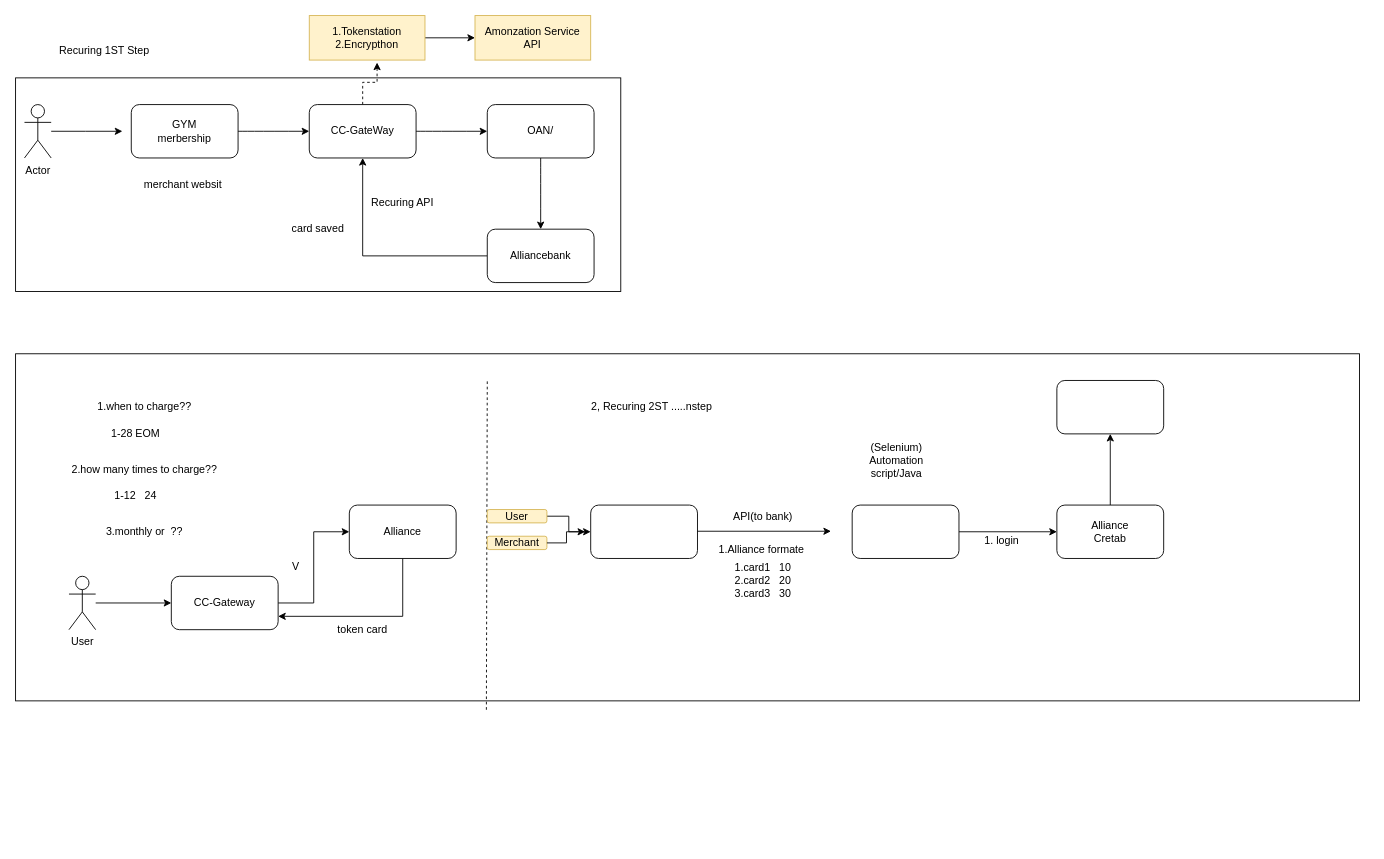
Above: page "第 7 页" (7 of 7) of kipledoc.drawio in sevenDay2014/dtk (draw.io), before the change. Source tidied: cells renumbered, new cells numbered last; positions are measured from the earlier drawing's top-left corner, leaving out a move shared by most shapes. Both pictures are drawn from the tidied source at 89%, with x=0, y=0 at pixel (15, 15).
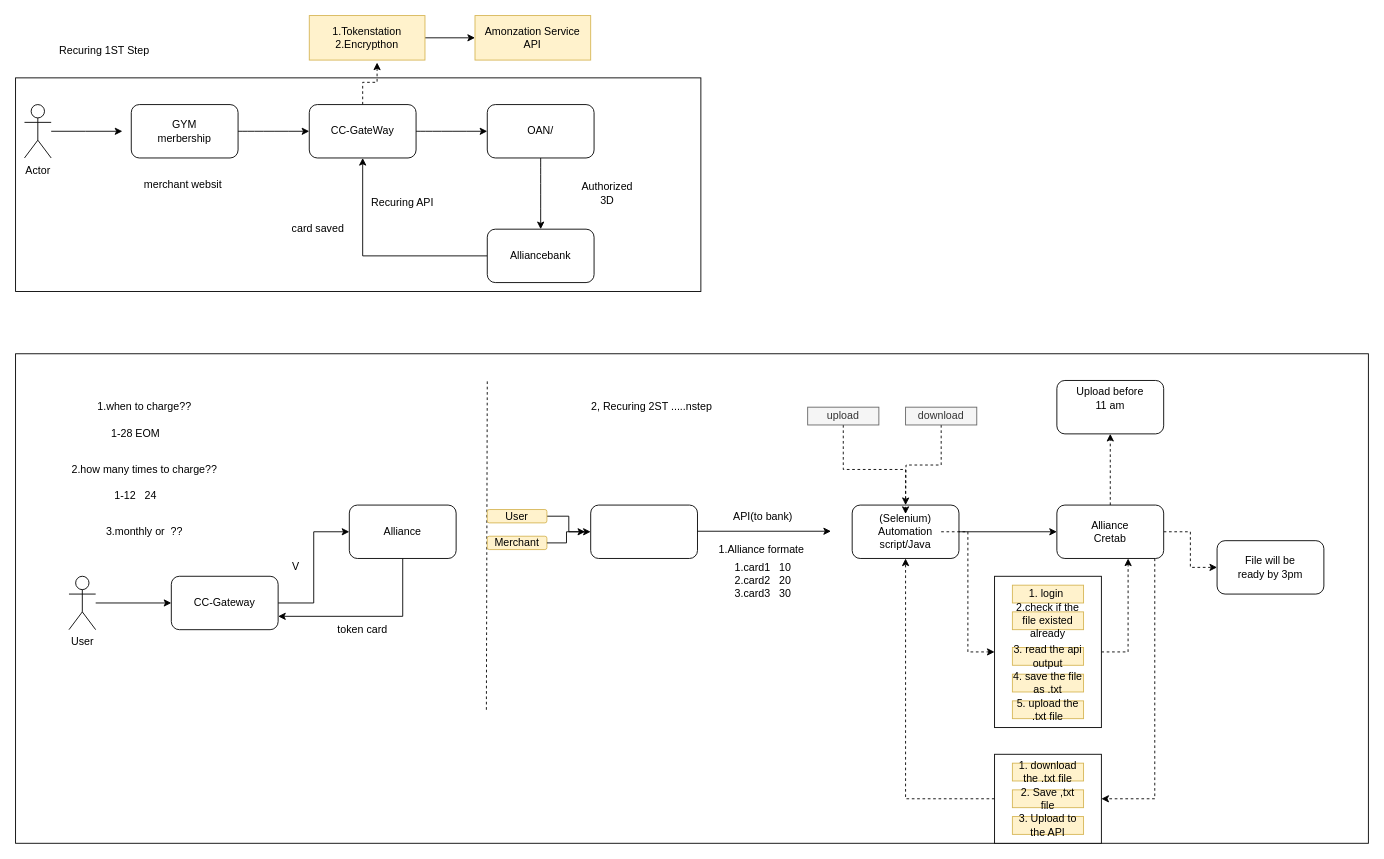
Above is the later version.

The change refers to these unchanged cells:
```xml
<mxCell id="47" style="rounded=1;whiteSpace=wrap;html=1;" parent="1" vertex="1">
  <mxGeometry x="940" y="550" width="120" height="60" as="geometry" />
</mxCell>
<mxCell id="49" value="Alliance&lt;br&gt;Cretab" style="rounded=1;whiteSpace=wrap;html=1;" parent="1" vertex="1">
  <mxGeometry x="1170" y="550" width="120" height="60" as="geometry" />
</mxCell>
<mxCell id="50" style="rounded=1;whiteSpace=wrap;html=1;" parent="1" vertex="1">
  <mxGeometry x="1170" y="410" width="120" height="60" as="geometry" />
</mxCell>
```

Change to the diagram source:
```diff
@@
     <mxCell id="2" style="rounded=0;whiteSpace=wrap;html=1;" parent="1" vertex="1">
-      <mxGeometry y="70" width="680" height="240" as="geometry" />
+      <mxGeometry y="70" width="770" height="240" as="geometry" />
     </mxCell>
@@
     <mxCell id="21" style="rounded=0;whiteSpace=wrap;html=1;" parent="1" vertex="1">
-      <mxGeometry y="380" width="1510" height="390" as="geometry" />
+      <mxGeometry y="380" width="1520" height="550" as="geometry" />
     </mxCell>
@@
-    <mxCell id="48" style="edgeStyle=orthogonalEdgeStyle;rounded=0;jettySize=auto;html=1;" parent="1" edge="1" source="49" target="50">
+    <mxCell id="48" style="edgeStyle=orthogonalEdgeStyle;rounded=0;jettySize=auto;html=1;dashed=1;" parent="1" edge="1" source="49" target="50">
       <mxGeometry relative="1" as="geometry" />
     </mxCell>
+    <mxCell id="53" style="edgeStyle=orthogonalEdgeStyle;rounded=0;jettySize=auto;html=1;dashed=1;" parent="1" edge="1" source="49" target="55">
+      <mxGeometry relative="1" as="geometry" />
+    </mxCell>
+    <mxCell id="54" style="edgeStyle=orthogonalEdgeStyle;rounded=0;jettySize=auto;html=1;entryX=1;entryY=0.5;entryDx=0;entryDy=0;dashed=1;" parent="1" edge="1" source="49" target="71">
+      <mxGeometry relative="1" as="geometry">
+        <Array as="points">
+          <mxPoint x="1280" y="880" />
+        </Array>
+      </mxGeometry>
+    </mxCell>
@@
+    <mxCell id="55" style="rounded=1;whiteSpace=wrap;html=1;" parent="1" vertex="1">
+      <mxGeometry x="1350" y="590" width="120" height="60" as="geometry" />
+    </mxCell>
@@
+    <mxCell id="56" style="edgeStyle=orthogonalEdgeStyle;rounded=0;jettySize=auto;html=1;entryX=0;entryY=0.5;entryDx=0;entryDy=0;dashed=1;" parent="1" edge="1" source="52" target="65">
+      <mxGeometry relative="1" as="geometry" />
+    </mxCell>
+    <mxCell id="52" value="(Selenium)&lt;br&gt;Automation script/Java" style="text;html=1;strokeColor=none;fillColor=none;align=center;verticalAlign=middle;whiteSpace=wrap;rounded=0;" parent="1" vertex="1">
+      <mxGeometry x="960" y="560" width="80" height="40" as="geometry" />
+    </mxCell>
+    <mxCell id="57" value="Upload before 11 am" style="text;html=1;strokeColor=none;fillColor=none;align=center;verticalAlign=middle;whiteSpace=wrap;rounded=0;" parent="1" vertex="1">
+      <mxGeometry x="1190" y="420" width="80" height="20" as="geometry" />
+    </mxCell>
+    <mxCell id="58" value="File will be ready by 3pm" style="text;html=1;strokeColor=none;fillColor=none;align=center;verticalAlign=middle;whiteSpace=wrap;rounded=0;" parent="1" vertex="1">
+      <mxGeometry x="1370" y="610" width="80" height="20" as="geometry" />
+    </mxCell>
+    <mxCell id="59" style="edgeStyle=orthogonalEdgeStyle;rounded=0;jettySize=auto;html=1;entryX=0.5;entryY=0;entryDx=0;entryDy=0;dashed=1;" parent="1" edge="1" source="60" target="52">
+      <mxGeometry relative="1" as="geometry" />
+    </mxCell>
+    <mxCell id="60" value="upload" style="text;html=1;strokeColor=#666666;fillColor=#f5f5f5;align=center;verticalAlign=middle;whiteSpace=wrap;rounded=0;fontColor=#333333;" parent="1" vertex="1">
+      <mxGeometry x="890" y="440" width="80" height="20" as="geometry" />
+    </mxCell>
+    <mxCell id="61" style="edgeStyle=orthogonalEdgeStyle;rounded=0;jettySize=auto;html=1;dashed=1;" parent="1" edge="1" source="62">
+      <mxGeometry relative="1" as="geometry">
+        <mxPoint x="1000" y="550" as="targetPoint" />
+      </mxGeometry>
+    </mxCell>
+    <mxCell id="62" value="download" style="text;html=1;strokeColor=#666666;fillColor=#f5f5f5;align=center;verticalAlign=middle;whiteSpace=wrap;rounded=0;fontColor=#333333;" parent="1" vertex="1">
+      <mxGeometry x="1000" y="440" width="80" height="20" as="geometry" />
+    </mxCell>
+    <mxCell id="63" value="Authorized&lt;br&gt;3D" style="text;html=1;strokeColor=none;fillColor=none;align=center;verticalAlign=middle;whiteSpace=wrap;rounded=0;" parent="1" vertex="1">
+      <mxGeometry x="620" y="190" width="90" height="20" as="geometry" />
+    </mxCell>
+    <mxCell id="64" style="edgeStyle=orthogonalEdgeStyle;rounded=0;jettySize=auto;html=1;entryX=0.667;entryY=1;entryDx=0;entryDy=0;entryPerimeter=0;dashed=1;" parent="1" edge="1" source="65" target="49">
+      <mxGeometry relative="1" as="geometry">
+        <Array as="points">
+          <mxPoint x="1250" y="715" />
+        </Array>
+      </mxGeometry>
+    </mxCell>
+    <mxCell id="65" style="rounded=0;whiteSpace=wrap;html=1;" parent="1" vertex="1">
+      <mxGeometry x="1100" y="630" width="120" height="170" as="geometry" />
+    </mxCell>
-    <mxCell id="51" value="1. login&amp;nbsp;" style="text;html=1;strokeColor=none;fillColor=none;align=center;verticalAlign=middle;whiteSpace=wrap;rounded=0;" parent="1" vertex="1">
-      <mxGeometry x="1070" y="580" width="80" height="20" as="geometry" />
+    <mxCell id="51" value="1. login&amp;nbsp;" style="text;html=1;strokeColor=#d6b656;fillColor=#fff2cc;align=center;verticalAlign=middle;whiteSpace=wrap;rounded=0;" parent="1" vertex="1">
+      <mxGeometry x="1120" y="640" width="80" height="20" as="geometry" />
     </mxCell>
-    <mxCell id="52" value="(Selenium)&lt;br&gt;Automation script/Java" style="text;html=1;strokeColor=none;fillColor=none;align=center;verticalAlign=middle;whiteSpace=wrap;rounded=0;" parent="1" vertex="1">
-      <mxGeometry x="950" y="480" width="80" height="40" as="geometry" />
-    </mxCell>
+    <mxCell id="66" value="2.check if the file existed already" style="text;html=1;strokeColor=#d6b656;fillColor=#fff2cc;align=center;verticalAlign=middle;whiteSpace=wrap;rounded=0;" parent="1" vertex="1">
+      <mxGeometry x="1120" y="670" width="80" height="20" as="geometry" />
+    </mxCell>
+    <mxCell id="67" value="3. read the api output" style="text;html=1;strokeColor=#d6b656;fillColor=#fff2cc;align=center;verticalAlign=middle;whiteSpace=wrap;rounded=0;" parent="1" vertex="1">
+      <mxGeometry x="1120" y="710" width="80" height="20" as="geometry" />
+    </mxCell>
+    <mxCell id="68" value="4. save the file as .txt" style="text;html=1;strokeColor=#d6b656;fillColor=#fff2cc;align=center;verticalAlign=middle;whiteSpace=wrap;rounded=0;" parent="1" vertex="1">
+      <mxGeometry x="1120" y="740" width="80" height="20" as="geometry" />
+    </mxCell>
+    <mxCell id="69" value="5. upload the .txt file" style="text;html=1;strokeColor=#d6b656;fillColor=#fff2cc;align=center;verticalAlign=middle;whiteSpace=wrap;rounded=0;" parent="1" vertex="1">
+      <mxGeometry x="1120" y="770" width="80" height="20" as="geometry" />
+    </mxCell>
+    <mxCell id="70" style="edgeStyle=orthogonalEdgeStyle;rounded=0;jettySize=auto;html=1;entryX=0.5;entryY=1;entryDx=0;entryDy=0;dashed=1;" parent="1" edge="1" source="71" target="47">
+      <mxGeometry relative="1" as="geometry" />
+    </mxCell>
+    <mxCell id="71" style="rounded=0;whiteSpace=wrap;html=1;" parent="1" vertex="1">
+      <mxGeometry x="1100" y="830" width="120" height="100" as="geometry" />
+    </mxCell>
+    <mxCell id="72" value="1. download the .txt file" style="text;html=1;strokeColor=#d6b656;fillColor=#fff2cc;align=center;verticalAlign=middle;whiteSpace=wrap;rounded=0;" parent="1" vertex="1">
+      <mxGeometry x="1120" y="840" width="80" height="20" as="geometry" />
+    </mxCell>
+    <mxCell id="73" value="2. Save ,txt file" style="text;html=1;strokeColor=#d6b656;fillColor=#fff2cc;align=center;verticalAlign=middle;whiteSpace=wrap;rounded=0;" parent="1" vertex="1">
+      <mxGeometry x="1120" y="870" width="80" height="20" as="geometry" />
+    </mxCell>
+    <mxCell id="74" value="3. Upload to the API" style="text;html=1;strokeColor=#d6b656;fillColor=#fff2cc;align=center;verticalAlign=middle;whiteSpace=wrap;rounded=0;" parent="1" vertex="1">
+      <mxGeometry x="1120" y="900" width="80" height="20" as="geometry" />
+    </mxCell>
```
